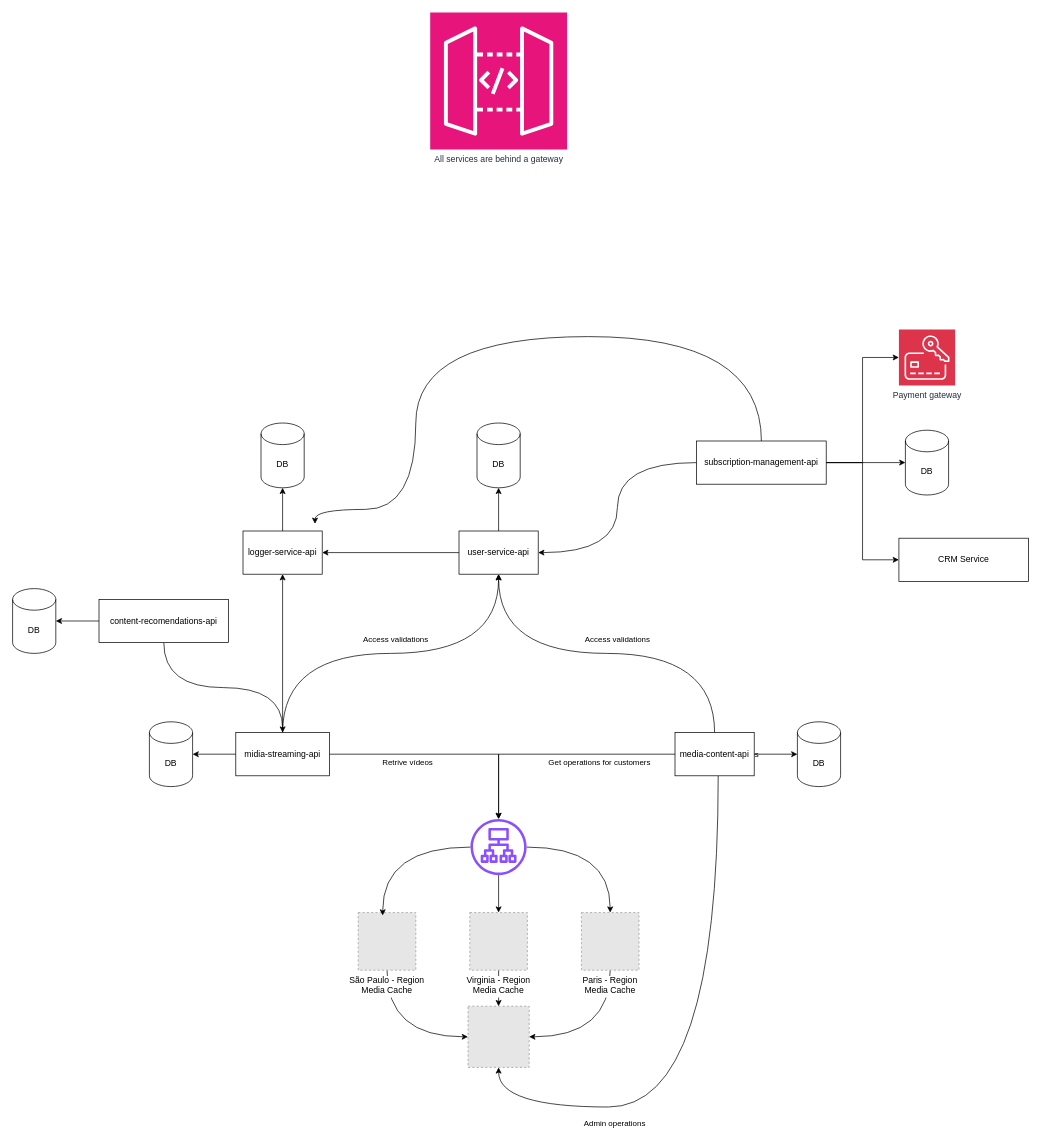
This is high level diagram.drawio from OscarSilvaOfficial/disneyplus-challenge, a draw.io file, before an edit. Source tidied: cells renumbered, new cells numbered last; positions are measured from the earlier drawing's top-left corner, leaving out a move shared by most shapes. Both pictures are drawn from the tidied source at 72%, with x=0, y=0 at pixel (12, 12). Pictures stored in the file or linked from it are replaced by grey dashed boxes.
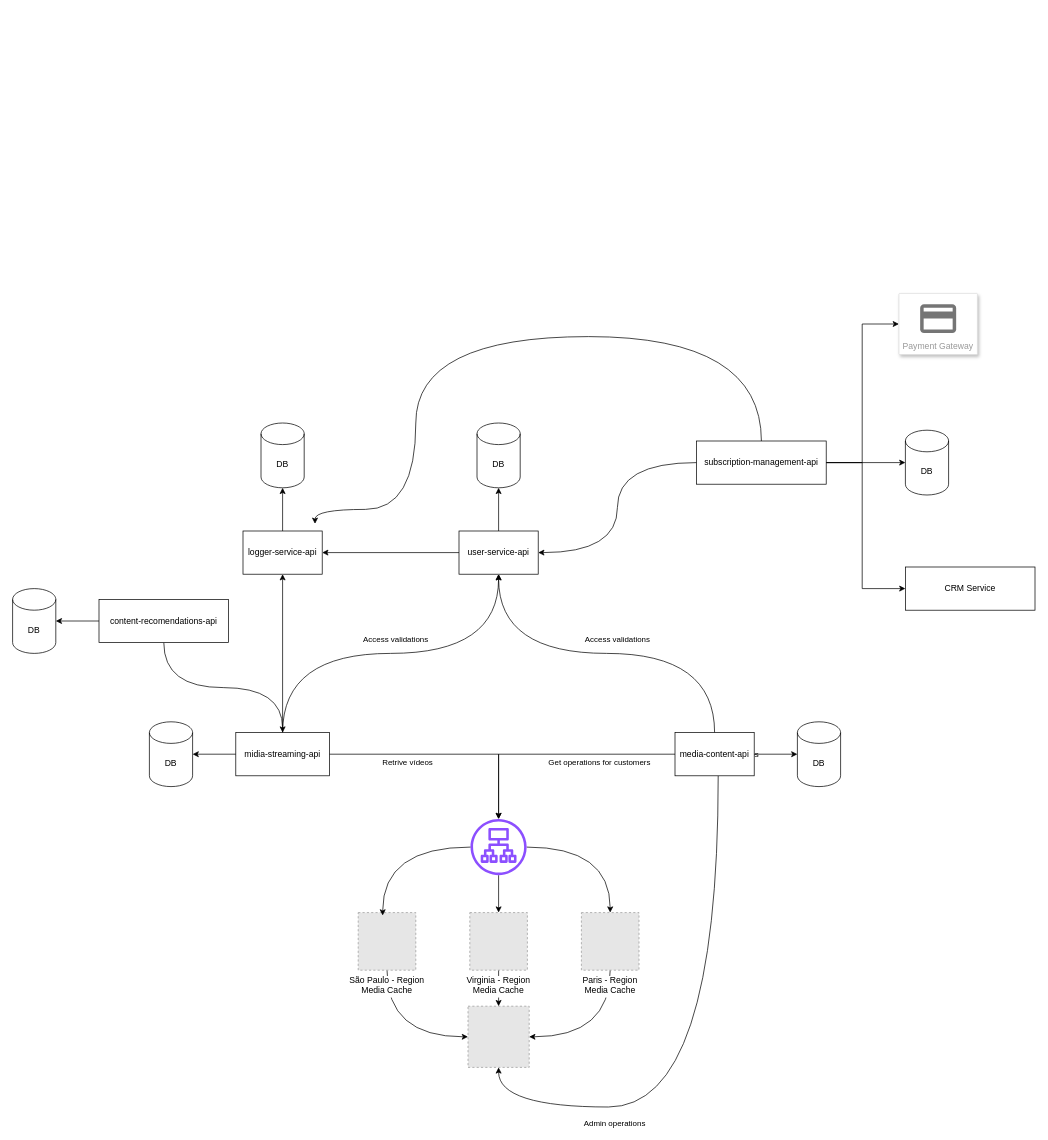
The same diagram, later.

The change refers to these unchanged cells:
```xml
<mxCell id="38" value="subscription-management-api" style="rounded=0;whiteSpace=wrap;html=1;" parent="1" vertex="1">
  <mxGeometry x="950" y="595" width="180" height="60" as="geometry" />
</mxCell>
```

Change to the diagram source:
```diff
@@
     <mxCell id="35" style="edgeStyle=orthogonalEdgeStyle;rounded=0;jettySize=auto;html=1;entryX=0;entryY=0.5;entryDx=0;entryDy=0;" parent="1" edge="1" source="38" target="43">
-      <mxGeometry relative="1" as="geometry" />
+      <mxGeometry relative="1" as="geometry">
+        <Array as="points">
+          <mxPoint x="1180" y="625" />
+          <mxPoint x="1180" y="800" />
+        </Array>
+      </mxGeometry>
     </mxCell>
@@
+    <mxCell id="52" style="edgeStyle=orthogonalEdgeStyle;rounded=0;jettySize=auto;html=1;entryX=0;entryY=0.5;entryDx=0;entryDy=0;" parent="1" edge="1" source="38" target="53">
+      <mxGeometry relative="1" as="geometry">
+        <Array as="points">
+          <mxPoint x="1180" y="625" />
+          <mxPoint x="1180" y="433" />
+          <mxPoint x="1231" y="433" />
+        </Array>
+      </mxGeometry>
+    </mxCell>
@@
-    <mxCell id="41" value="Payment gateway" style="sketch=0;points=[[0,0,0],[0.25,0,0],[0.5,0,0],[0.75,0,0],[1,0,0],[0,1,0],[0.25,1,0],[0.5,1,0],[0.75,1,0],[1,1,0],[0,0.25,0],[0,0.5,0],[0,0.75,0],[1,0.25,0],[1,0.5,0],[1,0.75,0]];outlineConnect=0;fontColor=#232F3E;fillColor=#DD344C;strokeColor=#ffffff;dashed=0;verticalLabelPosition=bottom;verticalAlign=top;align=center;html=1;fontSize=12;fontStyle=0;shape=mxgraph.aws4.resourceIcon;resIcon=mxgraph.aws4.payment_cryptography;" parent="1" vertex="1">
-      <mxGeometry x="1231" y="440" width="78" height="78" as="geometry" />
-    </mxCell>
-    <mxCell id="42" style="edgeStyle=orthogonalEdgeStyle;rounded=0;jettySize=auto;html=1;entryX=0;entryY=0.5;entryDx=0;entryDy=0;entryPerimeter=0;exitX=1;exitY=0.5;exitDx=0;exitDy=0;" parent="1" edge="1" source="38" target="41">
-      <mxGeometry relative="1" as="geometry" />
-    </mxCell>
     <mxCell id="43" value="CRM Service" style="rounded=0;whiteSpace=wrap;html=1;" parent="1" vertex="1">
-      <mxGeometry x="1231" y="730" width="180" height="60" as="geometry" />
+      <mxGeometry x="1240" y="770" width="180" height="60" as="geometry" />
     </mxCell>
@@
-    <mxCell id="51" value="&lt;div&gt;All services are behind a gateway&lt;/div&gt;&lt;div&gt;&lt;br&gt;&lt;/div&gt;" style="sketch=0;fontColor=#232F3E;fillColor=#E7157B;strokeColor=#ffffff;dashed=0;verticalLabelPosition=bottom;verticalAlign=top;align=center;html=1;fontSize=12;fontStyle=0;shape=mxgraph.aws4.resourceIcon;resIcon=mxgraph.aws4.api_gateway;" parent="1" vertex="1">
-      <mxGeometry x="580" width="190" height="190" as="geometry" />
-    </mxCell>
+    <mxCell id="53" value="Payment Gateway" style="strokeColor=#dddddd;shadow=1;strokeWidth=1;rounded=1;absoluteArcSize=1;arcSize=2;labelPosition=center;verticalLabelPosition=middle;align=center;verticalAlign=bottom;spacingLeft=0;fontColor=#999999;fontSize=12;whiteSpace=wrap;spacingBottom=2;" parent="1" vertex="1">
+      <mxGeometry x="1231" y="390" width="109" height="85" as="geometry" />
+    </mxCell>
+    <mxCell id="54" style="sketch=0;dashed=0;html=1;fillColor=#757575;strokeColor=none;shape=mxgraph.gcp2.payment;" parent="53" vertex="1">
+      <mxGeometry x="0.5" width="50" height="40" relative="1" as="geometry">
+        <mxPoint x="-25" y="15" as="offset" />
+      </mxGeometry>
+    </mxCell>
```
